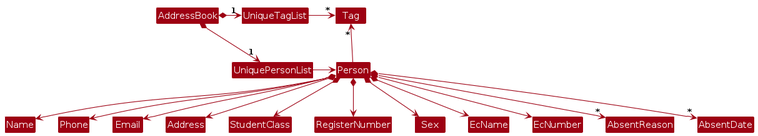
Above: diagrams/BetterModelClassDiagram.png in AY2425S1-CS2103-F12-4/tp (PlantUML), before the change. Its source is kept beside it as diagrams/BetterModelClassDiagram.puml.
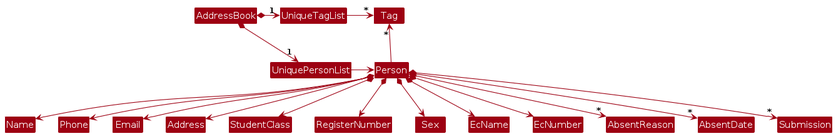
The same diagram one commit later.

Diff of the diagram source:
```diff
@@ -25,4 +25,5 @@
 Person *--> EcNumber
 Person *--> "*" AbsentReason
 Person *--> "*" AbsentDate
+Person *--> "*" Submission
 @enduml
```
